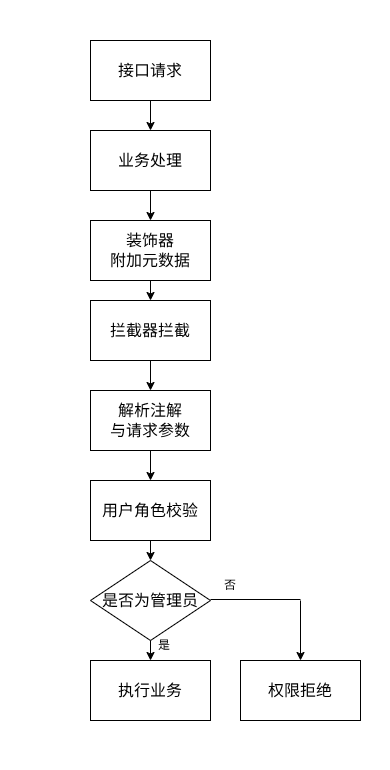
The draw.io diagram static/pic/flowchart/interceptor_req.drawio.png in hongch666/mix-web-demo, before a commit. Source tidied: cells renumbered, new cells last; positions are measured from the earlier drawing's top-left corner, leaving out a move shared by most shapes. The source it was exported from:
```xml
<mxGraphModel background="#ffffff">
  <root>
    <mxCell id="0" />
    <mxCell id="1" parent="0" />
    <mxCell id="2" style="edgeStyle=none;html=1;exitX=0.5;exitY=1;exitDx=0;exitDy=0;entryX=0.5;entryY=0;entryDx=0;entryDy=0;" parent="1" edge="1" source="3" target="5">
      <mxGeometry relative="1" as="geometry" />
    </mxCell>
    <mxCell id="3" value="接口请求" style="rounded=0;whiteSpace=wrap;html=1;fontSize=16;" parent="1" vertex="1">
      <mxGeometry x="90" y="40" width="120" height="60" as="geometry" />
    </mxCell>
    <mxCell id="4" style="edgeStyle=none;html=1;exitX=0.5;exitY=1;exitDx=0;exitDy=0;entryX=0.5;entryY=0;entryDx=0;entryDy=0;" parent="1" edge="1" source="5" target="23">
      <mxGeometry relative="1" as="geometry" />
    </mxCell>
    <mxCell id="5" value="业务处理&lt;span style=&quot;color: rgba(0, 0, 0, 0); font-family: monospace; font-size: 0px; text-align: start;&quot;&gt;%3CmxGraphModel%3E%3Croot%3E%3CmxCell%20id%3D%220%22%2F%3E%3CmxCell%20id%3D%221%22%20parent%3D%220%22%2F%3E%3CmxCell%20id%3D%222%22%20value%3D%22AOP%E5%88%87%E9%9D%A2%E6%8B%A6%E6%88%AA%22%20style%3D%22rounded%3D0%3BwhiteSpace%3Dwrap%3Bhtml%3D1%3BfontSize%3D16%3B%22%20vertex%3D%221%22%20parent%3D%221%22%3E%3CmxGeometry%20x%3D%22310%22%20y%3D%22160%22%20width%3D%22120%22%20height%3D%2260%22%20as%3D%22geometry%22%2F%3E%3C%2FmxCell%3E%3C%2Froot%3E%3C%2FmxGraphModel%3E&lt;/span&gt;" style="rounded=0;whiteSpace=wrap;html=1;fontSize=16;" parent="1" vertex="1">
      <mxGeometry x="90" y="130" width="120" height="60" as="geometry" />
    </mxCell>
    <mxCell id="6" style="edgeStyle=none;html=1;exitX=0.5;exitY=1;exitDx=0;exitDy=0;entryX=0.5;entryY=0;entryDx=0;entryDy=0;" parent="1" edge="1" target="8">
      <mxGeometry relative="1" as="geometry">
        <mxPoint x="150" y="360" as="sourcePoint" />
      </mxGeometry>
    </mxCell>
    <mxCell id="7" style="edgeStyle=none;html=1;exitX=0.5;exitY=1;exitDx=0;exitDy=0;entryX=0.5;entryY=0;entryDx=0;entryDy=0;" parent="1" edge="1" source="8" target="10">
      <mxGeometry relative="1" as="geometry" />
    </mxCell>
    <mxCell id="8" value="解析注解&lt;br&gt;与请求参数" style="rounded=0;whiteSpace=wrap;html=1;fontSize=16;" parent="1" vertex="1">
      <mxGeometry x="90" y="390" width="120" height="60" as="geometry" />
    </mxCell>
    <mxCell id="9" style="edgeStyle=none;html=1;exitX=0.5;exitY=1;exitDx=0;exitDy=0;entryX=0.5;entryY=0;entryDx=0;entryDy=0;" parent="1" edge="1" source="10" target="11">
      <mxGeometry relative="1" as="geometry" />
    </mxCell>
    <mxCell id="10" value="用户角色校验" style="rounded=0;whiteSpace=wrap;html=1;fontSize=16;" parent="1" vertex="1">
      <mxGeometry x="90" y="480" width="120" height="60" as="geometry" />
    </mxCell>
    <mxCell id="11" value="&lt;span style=&quot;font-size: 16px;&quot;&gt;是否为管理员&lt;/span&gt;" style="rhombus;whiteSpace=wrap;html=1;" parent="1" vertex="1">
      <mxGeometry x="90" y="560" width="120" height="80" as="geometry" />
    </mxCell>
    <mxCell id="12" style="edgeStyle=none;html=1;exitX=0.5;exitY=1;exitDx=0;exitDy=0;entryX=0.5;entryY=0;entryDx=0;entryDy=0;" parent="1" edge="1" target="13">
      <mxGeometry relative="1" as="geometry">
        <mxPoint x="150" y="640" as="sourcePoint" />
      </mxGeometry>
    </mxCell>
    <mxCell id="13" value="执行业务" style="rounded=0;whiteSpace=wrap;html=1;fontSize=16;" parent="1" vertex="1">
      <mxGeometry x="90" y="660" width="120" height="60" as="geometry" />
    </mxCell>
    <mxCell id="14" value="权限拒绝" style="rounded=0;whiteSpace=wrap;html=1;fontSize=16;" parent="1" vertex="1">
      <mxGeometry x="240" y="660" width="120" height="60" as="geometry" />
    </mxCell>
    <mxCell id="15" style="endArrow=none;html=1;" parent="1" edge="1">
      <mxGeometry relative="1" as="geometry">
        <mxPoint x="210" y="599" as="sourcePoint" />
        <mxPoint x="300" y="599" as="targetPoint" />
      </mxGeometry>
    </mxCell>
    <mxCell id="16" value="否" style="text;html=1;strokeColor=none;fillColor=none;align=center;verticalAlign=middle;whiteSpace=wrap;rounded=0;" parent="1" vertex="1">
      <mxGeometry x="200" y="570" width="60" height="30" as="geometry" />
    </mxCell>
    <mxCell id="17" value="是" style="text;html=1;strokeColor=none;fillColor=none;align=center;verticalAlign=middle;whiteSpace=wrap;rounded=0;" parent="1" vertex="1">
      <mxGeometry x="134" y="630" width="60" height="30" as="geometry" />
    </mxCell>
    <mxCell id="18" style="rounded=0;whiteSpace=wrap;html=1;textOpacity=0;labelBorderColor=light-dark(#000000,#FFFFFF);fontColor=none;noLabel=1;strokeColor=none;" parent="1" vertex="1">
      <mxGeometry x="145" width="10" height="30" as="geometry" />
    </mxCell>
    <mxCell id="19" style="rounded=0;whiteSpace=wrap;html=1;textOpacity=0;labelBorderColor=light-dark(#000000,#FFFFFF);fontColor=none;noLabel=1;strokeColor=none;" parent="1" vertex="1">
      <mxGeometry x="380" y="550" width="10" height="30" as="geometry" />
    </mxCell>
    <mxCell id="20" style="rounded=0;whiteSpace=wrap;html=1;textOpacity=0;labelBorderColor=light-dark(#000000,#FFFFFF);fontColor=none;noLabel=1;strokeColor=none;" parent="1" vertex="1">
      <mxGeometry x="159" y="740" width="10" height="30" as="geometry" />
    </mxCell>
    <mxCell id="21" style="rounded=0;whiteSpace=wrap;html=1;textOpacity=0;labelBorderColor=light-dark(#000000,#FFFFFF);fontColor=none;noLabel=1;strokeColor=none;" parent="1" vertex="1">
      <mxGeometry y="610" width="10" height="30" as="geometry" />
    </mxCell>
    <mxCell id="22" style="edgeStyle=none;html=1;exitX=0.5;exitY=1;exitDx=0;exitDy=0;entryX=0.5;entryY=0;entryDx=0;entryDy=0;" parent="1" edge="1" source="23" target="24">
      <mxGeometry relative="1" as="geometry" />
    </mxCell>
    <mxCell id="23" value="装饰器&lt;br&gt;附加元数据" style="rounded=0;whiteSpace=wrap;html=1;fontSize=16;" parent="1" vertex="1">
      <mxGeometry x="90" y="220" width="120" height="60" as="geometry" />
    </mxCell>
    <mxCell id="24" value="拦截器拦截" style="rounded=0;whiteSpace=wrap;html=1;fontSize=16;" parent="1" vertex="1">
      <mxGeometry x="90" y="300" width="120" height="60" as="geometry" />
    </mxCell>
    <mxCell id="25" style="endArrow=classic;html=1;entryX=0.5;entryY=0;entryDx=0;entryDy=0;" parent="1" edge="1" target="14">
      <mxGeometry relative="1" as="geometry">
        <mxPoint x="300" y="600" as="sourcePoint" />
      </mxGeometry>
    </mxCell>
  </root>
</mxGraphModel>
```
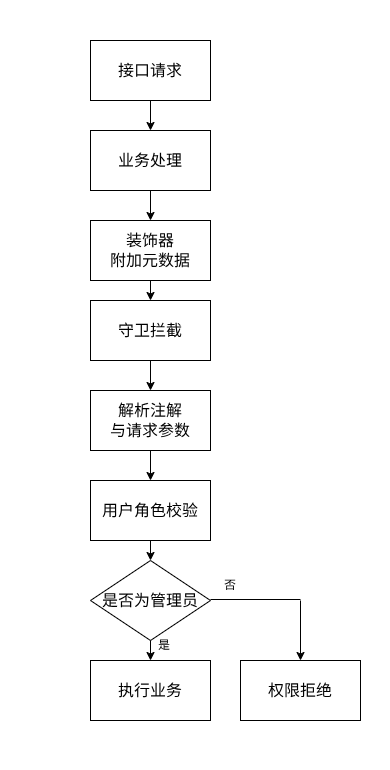
After the commit.

Commit message:
更新用户权限拦截请求流程图

The edit, as a diff of the source:
```diff
@@ -75,7 +75,7 @@
     <mxCell id="23" value="装饰器&lt;br&gt;附加元数据" style="rounded=0;whiteSpace=wrap;html=1;fontSize=16;" parent="1" vertex="1">
       <mxGeometry x="90" y="220" width="120" height="60" as="geometry" />
     </mxCell>
-    <mxCell id="24" value="拦截器拦截" style="rounded=0;whiteSpace=wrap;html=1;fontSize=16;" parent="1" vertex="1">
+    <mxCell id="24" value="守卫拦截" style="rounded=0;whiteSpace=wrap;html=1;fontSize=16;" parent="1" vertex="1">
       <mxGeometry x="90" y="300" width="120" height="60" as="geometry" />
     </mxCell>
     <mxCell id="25" style="endArrow=classic;html=1;entryX=0.5;entryY=0;entryDx=0;entryDy=0;" parent="1" edge="1" target="14">
```
